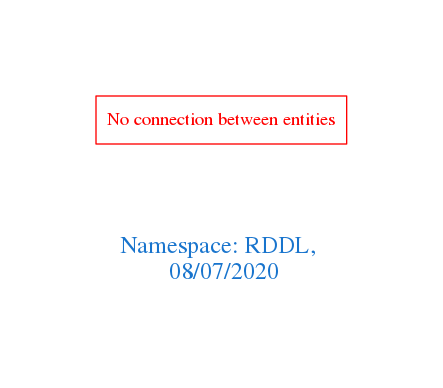
arago/OGIT keeps this Graphviz diagram as downloads/RDDL.png. Above is the earlier version. Its source is kept beside it as downloads/RDDL.dot.
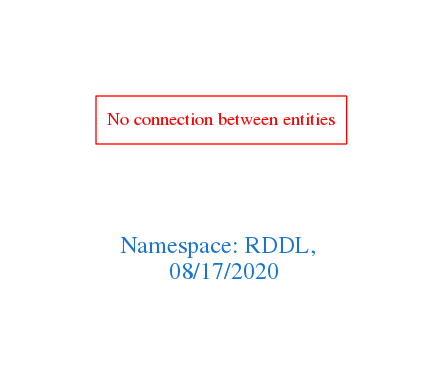
Above is the later version.

Diff of the diagram source:
```diff
@@ -1,7 +1,7 @@
 digraph OGIT_ontology {
  graph [ rankdir= LR,pad=1
 fontsize = 18,
-fontcolor= dodgerblue3,label = "\n\n\nNamespace: RDDL, \n 08/07/2020"];
+fontcolor= dodgerblue3,label = "\n\n\nNamespace: RDDL, \n 08/17/2020"];
 node[shape=polygon];
 edge [  color="gray81"];
 
```
